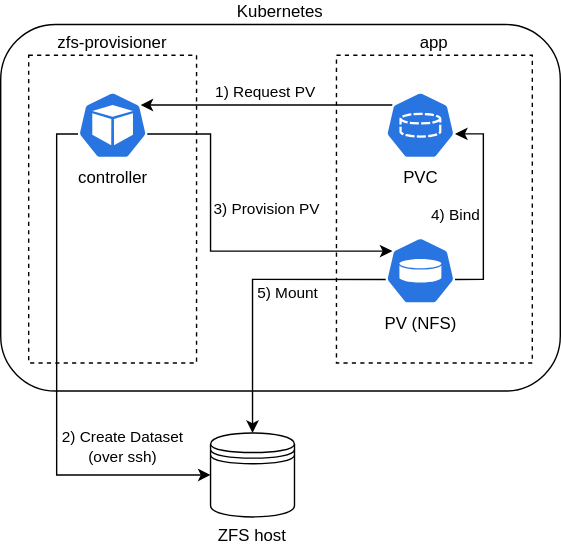
This is architecture.nfs.drawio.svg from ccremer/kubernetes-zfs-provisioner, a draw.io export, as it was before one commit. Source tidied: cells renumbered, new cells last; positions are measured from the earlier drawing's top-left corner, leaving out a move shared by most shapes.
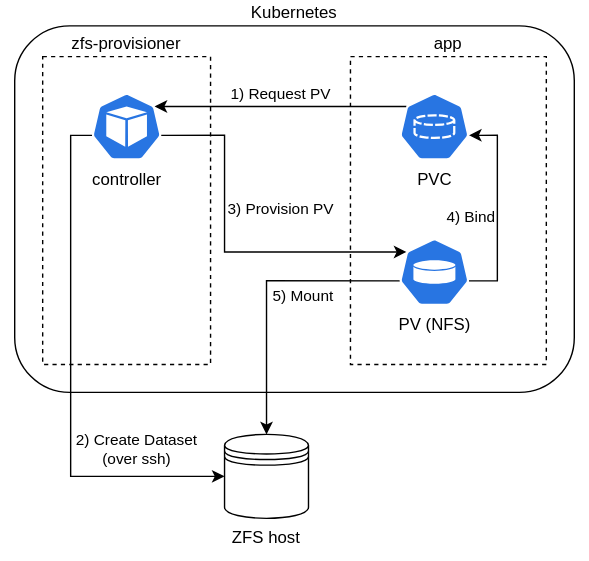
After the change.

Commit message:
Add white background to diagrams

In dark mode, it would be unreadable

The edit, as a diff of the source:
```diff
@@ -2,6 +2,9 @@
   <root>
     <mxCell id="0" />
     <mxCell id="1" parent="0" />
+    <mxCell id="19" style="rounded=0;whiteSpace=wrap;html=1;strokeColor=none;" parent="1" vertex="1">
+      <mxGeometry x="-10" y="-18" width="420" height="400" as="geometry" />
+    </mxCell>
     <mxCell id="2" value="Kubernetes" style="rounded=1;whiteSpace=wrap;html=1;labelPosition=center;verticalLabelPosition=top;align=center;verticalAlign=bottom;fillColor=none;" parent="1" vertex="1">
       <mxGeometry width="400" height="262" as="geometry" />
     </mxCell>
```
